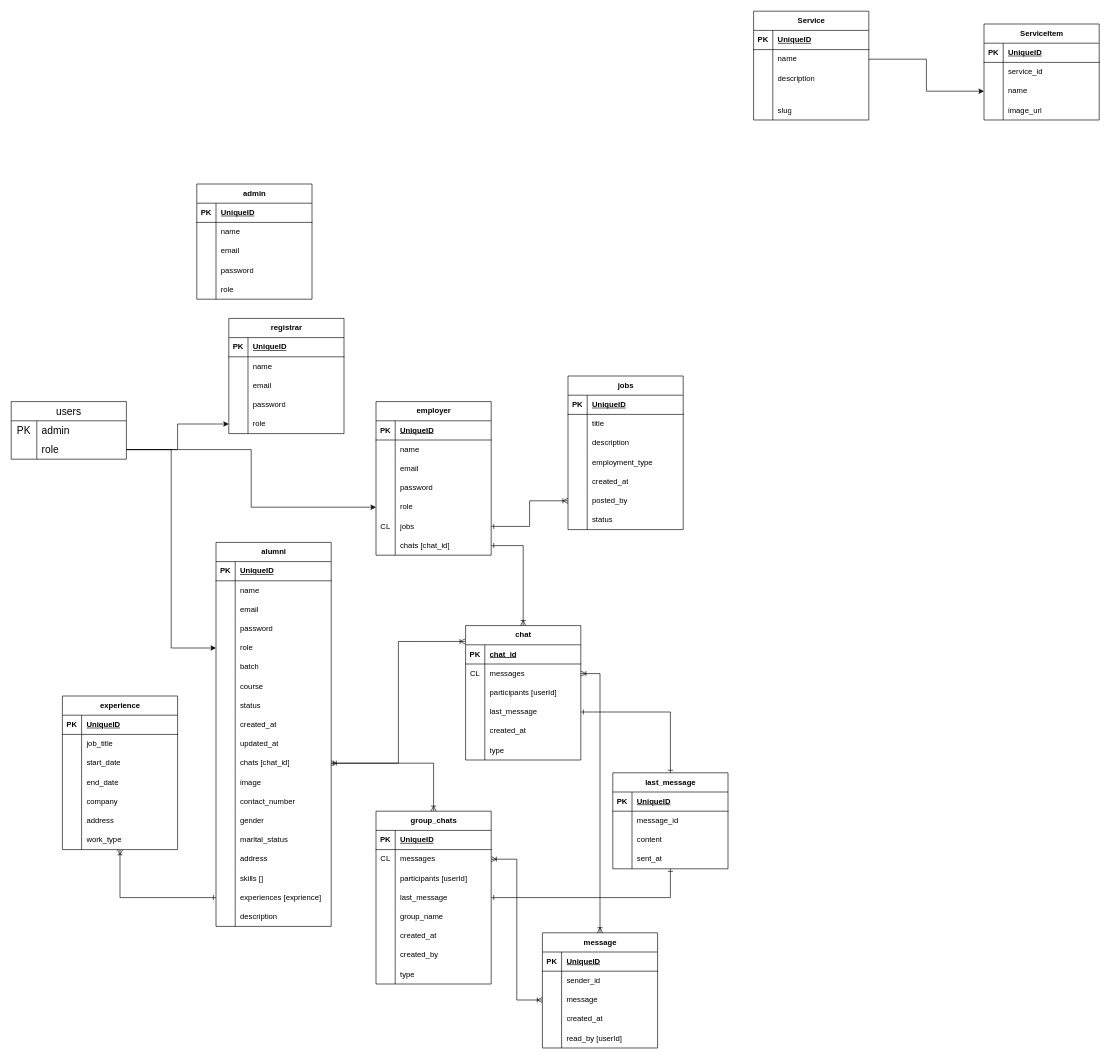
The draw.io diagram docs/ATS-ERD.drawio in 5kydriven/alumni-tracker-system-nuxt, before the edit. Source tidied: cells renumbered, new cells numbered last; positions are measured from the earlier drawing's top-left corner, leaving out a move shared by most shapes. Both pictures are drawn from the tidied source at 64%, with x=0, y=0 at pixel (11, 11).
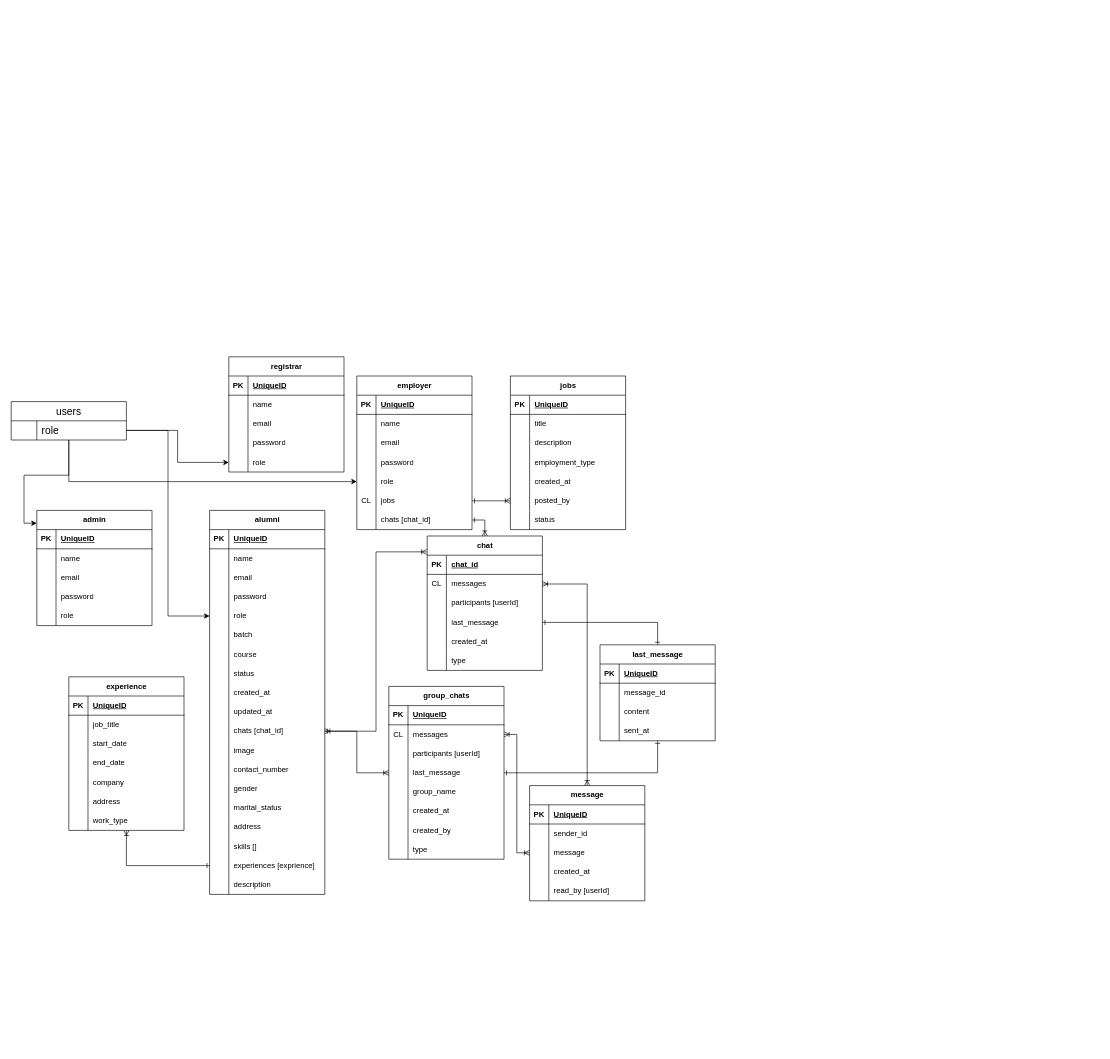
After the change.

Commit message (it also covers changes not shown here):
feat: Update flowchart diagrams and add employer retrieval API

The change refers to these unchanged cells:
```xml
<mxCell id="89" style="shape=tableRow;horizontal=0;startSize=0;swimlaneHead=0;swimlaneBody=0;fillColor=none;points=[[0,0.5],[1,0.5]];portConstraint=eastwest;top=0;left=0;right=0;bottom=0;" parent="76" vertex="1">
  <mxGeometry y="150" width="180" height="30" as="geometry" />
</mxCell>
```

Diff of the diagram source:
```diff
@@
     <mxCell id="2" value="alumni" style="shape=table;startSize=30;childLayout=tableLayout;rowLines=0;fontStyle=1;align=center;html=1;" parent="1" vertex="1">
-      <mxGeometry x="320" y="830" width="180" height="600" as="geometry" />
+      <mxGeometry x="310" y="780" width="180" height="600" as="geometry" />
     </mxCell>
@@
     <mxCell id="60" value="admin" style="shape=table;startSize=30;childLayout=tableLayout;rowLines=0;fontStyle=1;align=center;html=1;" parent="1" vertex="1">
-      <mxGeometry x="290" y="270" width="180" height="180" as="geometry" />
+      <mxGeometry x="40" y="780" width="180" height="180" as="geometry" />
     </mxCell>
@@
     <mxCell id="76" value="employer" style="shape=table;startSize=30;childLayout=tableLayout;rowLines=0;fontStyle=1;align=center;html=1;" parent="1" vertex="1">
-      <mxGeometry x="570" y="610" width="180" height="240" as="geometry" />
+      <mxGeometry x="540" y="570" width="180" height="240" as="geometry" />
     </mxCell>
@@
     <mxCell id="98" value="registrar" style="shape=table;startSize=30;childLayout=tableLayout;rowLines=0;fontStyle=1;align=center;html=1;" parent="1" vertex="1">
-      <mxGeometry x="340" y="480" width="180" height="180" as="geometry" />
+      <mxGeometry x="340" y="540" width="180" height="180" as="geometry" />
     </mxCell>
@@
     <mxCell id="114" value="jobs" style="shape=table;startSize=30;childLayout=tableLayout;rowLines=0;fontStyle=1;align=center;html=1;" parent="1" vertex="1">
-      <mxGeometry x="870" y="570" width="180" height="240" as="geometry" />
+      <mxGeometry x="780" y="570" width="180" height="240" as="geometry" />
     </mxCell>
@@
     <mxCell id="137" value="chat" style="shape=table;startSize=30;childLayout=tableLayout;rowLines=0;fontStyle=1;align=center;html=1;" parent="1" vertex="1">
-      <mxGeometry x="710" y="960" width="180" height="210" as="geometry" />
+      <mxGeometry x="650" y="820" width="180" height="210" as="geometry" />
     </mxCell>
@@
     <mxCell id="157" value="group_chats" style="shape=table;startSize=30;childLayout=tableLayout;rowLines=0;fontStyle=1;align=center;html=1;" parent="1" vertex="1">
-      <mxGeometry x="570" y="1250" width="180" height="270" as="geometry" />
+      <mxGeometry x="590" y="1055" width="180" height="270" as="geometry" />
     </mxCell>
@@
     <mxCell id="182" value="users" style="shape=table;startSize=30;childLayout=tableLayout;rowLines=0;fontStyle=0;strokeColor=default;fontSize=16;" parent="1" vertex="1">
-      <mxGeometry y="610" width="180" height="90" as="geometry" />
+      <mxGeometry y="610" width="180" height="60" as="geometry" />
     </mxCell>
-    <mxCell id="183" style="shape=tableRow;horizontal=0;startSize=0;swimlaneHead=0;swimlaneBody=0;top=0;left=0;bottom=0;right=0;fillColor=none;strokeColor=inherit;fontSize=16;" parent="182" vertex="1">
-      <mxGeometry y="30" width="180" height="30" as="geometry" />
-    </mxCell>
-    <mxCell id="184" value="PK" style="shape=partialRectangle;html=1;whiteSpace=wrap;fillColor=none;top=0;left=0;bottom=0;right=0;overflow=hidden;strokeColor=inherit;fontSize=16;" parent="183" vertex="1">
-      <mxGeometry width="40" height="30" as="geometry" />
-    </mxCell>
-    <mxCell id="185" value="admin" style="shape=partialRectangle;html=1;whiteSpace=wrap;fillColor=none;top=0;left=0;bottom=0;right=0;align=left;spacingLeft=6;overflow=hidden;strokeColor=inherit;fontSize=16;" parent="183" vertex="1">
-      <mxGeometry x="40" width="140" height="30" as="geometry" />
-    </mxCell>
     <mxCell id="186" style="shape=tableRow;horizontal=0;startSize=0;swimlaneHead=0;swimlaneBody=0;top=0;left=0;bottom=0;right=0;fillColor=none;points=[[0,0.5],[1,0.5]];portConstraint=eastwest;strokeColor=inherit;fontSize=16;" parent="182" vertex="1">
-      <mxGeometry y="60" width="180" height="30" as="geometry" />
+      <mxGeometry y="30" width="180" height="30" as="geometry" />
     </mxCell>
@@
     <mxCell id="190" style="edgeStyle=orthogonalEdgeStyle;rounded=0;jettySize=auto;html=1;entryX=0;entryY=0.5;entryDx=0;entryDy=0;" parent="1" edge="1" source="186" target="89">
-      <mxGeometry relative="1" as="geometry" />
+      <mxGeometry relative="1" as="geometry">
+        <Array as="points">
+          <mxPoint x="90" y="735" />
+        </Array>
+      </mxGeometry>
     </mxCell>
     <mxCell id="191" value="experience" style="shape=table;startSize=30;childLayout=tableLayout;rowLines=0;fontStyle=1;align=center;html=1;" parent="1" vertex="1">
-      <mxGeometry x="80" y="1070" width="180" height="240" as="geometry" />
+      <mxGeometry x="90" y="1040" width="180" height="240" as="geometry" />
     </mxCell>
@@
     <mxCell id="216" value="last_message" style="shape=table;startSize=30;childLayout=tableLayout;rowLines=0;fontStyle=1;align=center;html=1;" parent="1" vertex="1">
-      <mxGeometry x="940" y="1190" width="180" height="150" as="geometry" />
+      <mxGeometry x="920" y="990" width="180" height="150" as="geometry" />
     </mxCell>
@@
     <mxCell id="232" value="message" style="shape=table;startSize=30;childLayout=tableLayout;rowLines=0;fontStyle=1;align=center;html=1;" parent="1" vertex="1">
-      <mxGeometry x="830" y="1440" width="180" height="180" as="geometry" />
+      <mxGeometry x="810" y="1210" width="180" height="180" as="geometry" />
     </mxCell>
@@
-    <mxCell id="250" value="Service" style="shape=table;startSize=30;childLayout=tableLayout;rowLines=0;fontStyle=1;align=center;html=1;" parent="1" vertex="1">
-      <mxGeometry x="1160" width="180" height="170" as="geometry" />
-    </mxCell>
-    <mxCell id="251" style="shape=tableRow;horizontal=0;startSize=0;swimlaneHead=0;swimlaneBody=0;fillColor=none;top=0;left=0;right=0;bottom=1;" parent="250" vertex="1">
-      <mxGeometry y="30" width="180" height="30" as="geometry" />
-    </mxCell>
-    <mxCell id="252" value="PK" style="shape=partialRectangle;fillColor=none;top=0;left=0;bottom=0;right=0;fontStyle=1;overflow=hidden;whiteSpace=wrap;html=1;" parent="251" vertex="1">
-      <mxGeometry width="30" height="30" as="geometry" />
-    </mxCell>
-    <mxCell id="253" value="UniqueID" style="shape=partialRectangle;fillColor=none;top=0;left=0;bottom=0;right=0;align=left;spacingLeft=6;fontStyle=5;overflow=hidden;whiteSpace=wrap;html=1;" parent="251" vertex="1">
-      <mxGeometry x="30" width="150" height="30" as="geometry" />
-    </mxCell>
-    <mxCell id="254" style="shape=tableRow;horizontal=0;startSize=0;swimlaneHead=0;swimlaneBody=0;fillColor=none;points=[[0,0.5],[1,0.5]];portConstraint=eastwest;top=0;left=0;right=0;bottom=0;" parent="250" vertex="1">
-      <mxGeometry y="60" width="180" height="30" as="geometry" />
-    </mxCell>
-    <mxCell id="255" style="shape=partialRectangle;fillColor=none;top=0;left=0;bottom=0;right=0;overflow=hidden;whiteSpace=wrap;html=1;" parent="254" vertex="1">
-      <mxGeometry width="30" height="30" as="geometry" />
-    </mxCell>
-    <mxCell id="256" value="name" style="shape=partialRectangle;fillColor=none;top=0;left=0;bottom=0;right=0;align=left;spacingLeft=6;overflow=hidden;whiteSpace=wrap;html=1;" parent="254" vertex="1">
-      <mxGeometry x="30" width="150" height="30" as="geometry" />
-    </mxCell>
-    <mxCell id="257" style="shape=tableRow;horizontal=0;startSize=0;swimlaneHead=0;swimlaneBody=0;fillColor=none;top=0;left=0;right=0;bottom=0;" parent="250" vertex="1">
-      <mxGeometry y="90" width="180" height="30" as="geometry" />
-    </mxCell>
-    <mxCell id="258" style="shape=partialRectangle;fillColor=none;top=0;left=0;bottom=0;right=0;overflow=hidden;whiteSpace=wrap;html=1;" parent="257" vertex="1">
-      <mxGeometry width="30" height="30" as="geometry" />
-    </mxCell>
-    <mxCell id="259" value="description" style="shape=partialRectangle;fillColor=none;top=0;left=0;bottom=0;right=0;align=left;spacingLeft=6;overflow=hidden;whiteSpace=wrap;html=1;" parent="257" vertex="1">
-      <mxGeometry x="30" width="150" height="30" as="geometry" />
-    </mxCell>
-    <mxCell id="260" style="shape=tableRow;horizontal=0;startSize=0;swimlaneHead=0;swimlaneBody=0;fillColor=none;top=0;left=0;right=0;bottom=0;" parent="250" vertex="1">
-      <mxGeometry y="120" width="180" height="20" as="geometry" />
-    </mxCell>
-    <mxCell id="261" style="shape=partialRectangle;fillColor=none;top=0;left=0;bottom=0;right=0;overflow=hidden;whiteSpace=wrap;html=1;" parent="260" vertex="1">
-      <mxGeometry width="30" height="20" as="geometry" />
-    </mxCell>
-    <mxCell id="262" style="shape=partialRectangle;fillColor=none;top=0;left=0;bottom=0;right=0;align=left;spacingLeft=6;overflow=hidden;whiteSpace=wrap;html=1;" parent="260" vertex="1">
-      <mxGeometry x="30" width="150" height="20" as="geometry" />
-    </mxCell>
-    <mxCell id="263" style="shape=tableRow;horizontal=0;startSize=0;swimlaneHead=0;swimlaneBody=0;fillColor=none;top=0;left=0;right=0;bottom=0;" parent="250" vertex="1">
-      <mxGeometry y="140" width="180" height="30" as="geometry" />
-    </mxCell>
-    <mxCell id="264" style="shape=partialRectangle;fillColor=none;top=0;left=0;bottom=0;right=0;overflow=hidden;whiteSpace=wrap;html=1;" parent="263" vertex="1">
-      <mxGeometry width="30" height="30" as="geometry" />
-    </mxCell>
-    <mxCell id="265" value="slug" style="shape=partialRectangle;fillColor=none;top=0;left=0;bottom=0;right=0;align=left;spacingLeft=6;overflow=hidden;whiteSpace=wrap;html=1;" parent="263" vertex="1">
-      <mxGeometry x="30" width="150" height="30" as="geometry" />
-    </mxCell>
-    <mxCell id="266" value="ServiceItem" style="shape=table;startSize=30;childLayout=tableLayout;rowLines=0;fontStyle=1;align=center;html=1;" parent="1" vertex="1">
-      <mxGeometry x="1520" y="20" width="180" height="150" as="geometry" />
-    </mxCell>
-    <mxCell id="267" style="shape=tableRow;horizontal=0;startSize=0;swimlaneHead=0;swimlaneBody=0;fillColor=none;top=0;left=0;right=0;bottom=1;" parent="266" vertex="1">
-      <mxGeometry y="30" width="180" height="30" as="geometry" />
-    </mxCell>
-    <mxCell id="268" value="PK" style="shape=partialRectangle;fillColor=none;top=0;left=0;bottom=0;right=0;fontStyle=1;overflow=hidden;whiteSpace=wrap;html=1;" parent="267" vertex="1">
-      <mxGeometry width="30" height="30" as="geometry" />
-    </mxCell>
-    <mxCell id="269" value="UniqueID" style="shape=partialRectangle;fillColor=none;top=0;left=0;bottom=0;right=0;align=left;spacingLeft=6;fontStyle=5;overflow=hidden;whiteSpace=wrap;html=1;" parent="267" vertex="1">
-      <mxGeometry x="30" width="150" height="30" as="geometry" />
-    </mxCell>
-    <mxCell id="270" style="shape=tableRow;horizontal=0;startSize=0;swimlaneHead=0;swimlaneBody=0;fillColor=none;top=0;left=0;right=0;bottom=0;" parent="266" vertex="1">
-      <mxGeometry y="60" width="180" height="30" as="geometry" />
-    </mxCell>
-    <mxCell id="271" style="shape=partialRectangle;fillColor=none;top=0;left=0;bottom=0;right=0;overflow=hidden;whiteSpace=wrap;html=1;" parent="270" vertex="1">
-      <mxGeometry width="30" height="30" as="geometry" />
-    </mxCell>
-    <mxCell id="272" value="service_id" style="shape=partialRectangle;fillColor=none;top=0;left=0;bottom=0;right=0;align=left;spacingLeft=6;overflow=hidden;whiteSpace=wrap;html=1;" parent="270" vertex="1">
-      <mxGeometry x="30" width="150" height="30" as="geometry" />
-    </mxCell>
-    <mxCell id="273" style="shape=tableRow;horizontal=0;startSize=0;swimlaneHead=0;swimlaneBody=0;fillColor=none;points=[[0,0.5],[1,0.5]];portConstraint=eastwest;top=0;left=0;right=0;bottom=0;" parent="266" vertex="1">
-      <mxGeometry y="90" width="180" height="30" as="geometry" />
-    </mxCell>
-    <mxCell id="274" style="shape=partialRectangle;fillColor=none;top=0;left=0;bottom=0;right=0;overflow=hidden;whiteSpace=wrap;html=1;" parent="273" vertex="1">
-      <mxGeometry width="30" height="30" as="geometry" />
-    </mxCell>
-    <mxCell id="275" value="name" style="shape=partialRectangle;fillColor=none;top=0;left=0;bottom=0;right=0;align=left;spacingLeft=6;overflow=hidden;whiteSpace=wrap;html=1;" parent="273" vertex="1">
-      <mxGeometry x="30" width="150" height="30" as="geometry" />
-    </mxCell>
-    <mxCell id="276" style="shape=tableRow;horizontal=0;startSize=0;swimlaneHead=0;swimlaneBody=0;fillColor=none;top=0;left=0;right=0;bottom=0;" parent="266" vertex="1">
-      <mxGeometry y="120" width="180" height="30" as="geometry" />
-    </mxCell>
-    <mxCell id="277" style="shape=partialRectangle;fillColor=none;top=0;left=0;bottom=0;right=0;overflow=hidden;whiteSpace=wrap;html=1;" parent="276" vertex="1">
-      <mxGeometry width="30" height="30" as="geometry" />
-    </mxCell>
-    <mxCell id="278" value="image_url" style="shape=partialRectangle;fillColor=none;top=0;left=0;bottom=0;right=0;align=left;spacingLeft=6;overflow=hidden;whiteSpace=wrap;html=1;" parent="276" vertex="1">
-      <mxGeometry x="30" width="150" height="30" as="geometry" />
-    </mxCell>
-    <mxCell id="279" style="edgeStyle=orthogonalEdgeStyle;rounded=0;jettySize=auto;html=1;exitX=1;exitY=0.5;exitDx=0;exitDy=0;entryX=0;entryY=0.5;entryDx=0;entryDy=0;" parent="1" edge="1" source="254" target="273">
-      <mxGeometry relative="1" as="geometry" />
-    </mxCell>
+    <mxCell id="280" style="edgeStyle=orthogonalEdgeStyle;rounded=0;jettySize=auto;html=1;exitX=0.5;exitY=1;exitDx=0;exitDy=0;entryX=0;entryY=0.111;entryDx=0;entryDy=0;entryPerimeter=0;" parent="1" edge="1" source="182" target="60">
+      <mxGeometry relative="1" as="geometry" />
+    </mxCell>
```
